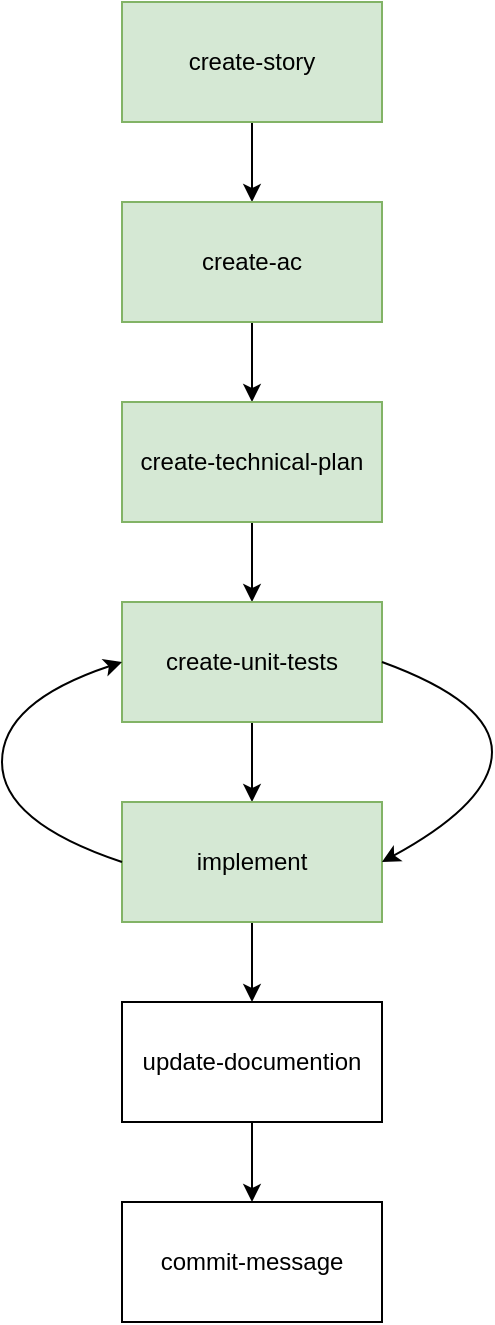
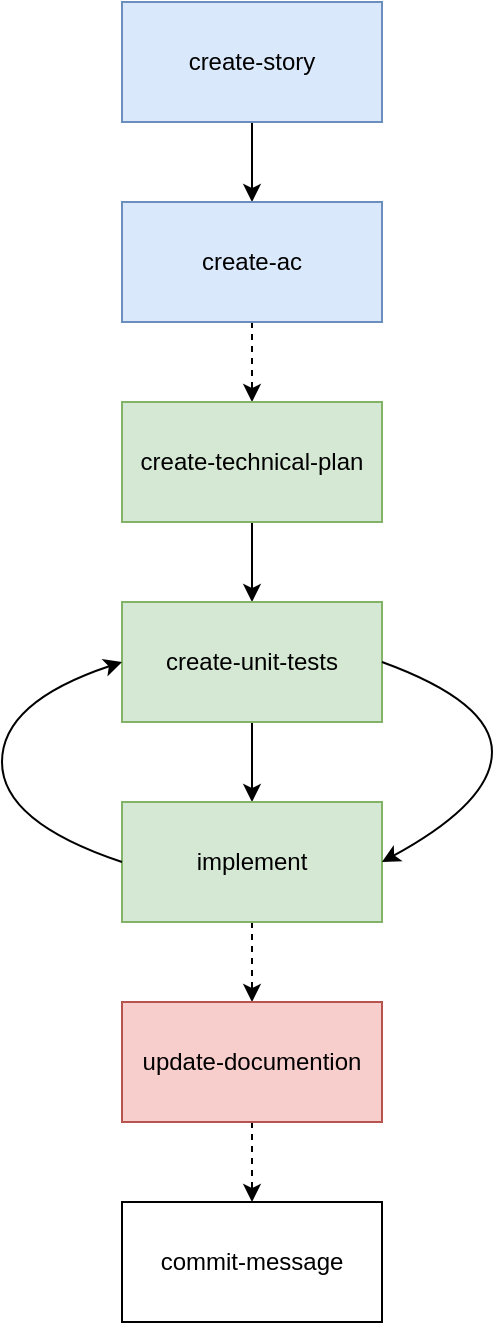
<mxfile host="65bd71144e">
    <diagram id="PQEypnXB2uoYxkG6yrzB" name="Page-1">
-         <mxGraphModel dx="198" dy="822" grid="1" gridSize="10" guides="1" tooltips="1" connect="1" arrows="1" fold="1" page="1" pageScale="1" pageWidth="850" pageHeight="1100" math="0" shadow="0">
+         <mxGraphModel dx="447" dy="822" grid="1" gridSize="10" guides="1" tooltips="1" connect="1" arrows="1" fold="1" page="1" pageScale="1" pageWidth="850" pageHeight="1100" math="0" shadow="0">
            <root>
                <mxCell id="0"/>
                <mxCell id="1" parent="0"/>
                <mxCell id="4" style="edgeStyle=none;html=1;entryX=0.5;entryY=0;entryDx=0;entryDy=0;" parent="1" source="2" target="3" edge="1">
                    <mxGeometry relative="1" as="geometry"/>
                </mxCell>
-                 <mxCell id="2" value="create-story" style="rounded=0;whiteSpace=wrap;html=1;fillColor=#d5e8d4;strokeColor=#82b366;" parent="1" vertex="1">
+                 <mxCell id="2" value="create-story" style="rounded=0;whiteSpace=wrap;html=1;fillColor=#dae8fc;strokeColor=#6c8ebf;" parent="1" vertex="1">
                    <mxGeometry x="200" y="280" width="130" height="60" as="geometry"/>
                </mxCell>
-                 <mxCell id="6" style="edgeStyle=none;html=1;entryX=0.5;entryY=0;entryDx=0;entryDy=0;" parent="1" source="3" target="5" edge="1">
+                 <mxCell id="21" style="edgeStyle=none;html=1;entryX=0.5;entryY=0;entryDx=0;entryDy=0;dashed=1;" edge="1" parent="1" source="3" target="5">
                    <mxGeometry relative="1" as="geometry"/>
                </mxCell>
-                 <mxCell id="3" value="create-ac" style="rounded=0;whiteSpace=wrap;html=1;fillColor=#d5e8d4;strokeColor=#82b366;" parent="1" vertex="1">
+                 <mxCell id="3" value="create-ac" style="rounded=0;whiteSpace=wrap;html=1;fillColor=#dae8fc;strokeColor=#6c8ebf;" parent="1" vertex="1">
                    <mxGeometry x="200" y="380" width="130" height="60" as="geometry"/>
                </mxCell>
                <mxCell id="9" style="edgeStyle=none;html=1;entryX=0.5;entryY=0;entryDx=0;entryDy=0;" parent="1" source="5" target="8" edge="1">
                    <mxGeometry relative="1" as="geometry"/>
                </mxCell>
                <mxCell id="5" value="create-technical-plan" style="rounded=0;whiteSpace=wrap;html=1;fillColor=#d5e8d4;strokeColor=#82b366;" parent="1" vertex="1">
                    <mxGeometry x="200" y="480" width="130" height="60" as="geometry"/>
                </mxCell>
                <mxCell id="11" style="edgeStyle=none;html=1;entryX=0.5;entryY=0;entryDx=0;entryDy=0;" parent="1" source="8" target="10" edge="1">
                    <mxGeometry relative="1" as="geometry"/>
                </mxCell>
                <mxCell id="8" value="create-unit-tests" style="rounded=0;whiteSpace=wrap;html=1;fillColor=#d5e8d4;strokeColor=#82b366;" parent="1" vertex="1">
                    <mxGeometry x="200" y="580" width="130" height="60" as="geometry"/>
                </mxCell>
-                 <mxCell id="13" style="edgeStyle=none;html=1;entryX=0.5;entryY=0;entryDx=0;entryDy=0;" parent="1" source="10" target="12" edge="1">
+                 <mxCell id="13" style="edgeStyle=none;html=1;entryX=0.5;entryY=0;entryDx=0;entryDy=0;dashed=1;" parent="1" source="10" target="12" edge="1">
                    <mxGeometry relative="1" as="geometry"/>
                </mxCell>
                <mxCell id="10" value="implement" style="rounded=0;whiteSpace=wrap;html=1;fillColor=#d5e8d4;strokeColor=#82b366;" parent="1" vertex="1">
                    <mxGeometry x="200" y="680" width="130" height="60" as="geometry"/>
                </mxCell>
-                 <mxCell id="20" style="edgeStyle=none;html=1;entryX=0.5;entryY=0;entryDx=0;entryDy=0;" parent="1" source="12" target="19" edge="1">
+                 <mxCell id="20" style="edgeStyle=none;html=1;entryX=0.5;entryY=0;entryDx=0;entryDy=0;dashed=1;" parent="1" source="12" target="19" edge="1">
                    <mxGeometry relative="1" as="geometry"/>
                </mxCell>
-                 <mxCell id="12" value="&lt;div&gt;update-&lt;span style=&quot;background-color: transparent;&quot;&gt;documention&lt;/span&gt;&lt;/div&gt;" style="rounded=0;whiteSpace=wrap;html=1;" parent="1" vertex="1">
+                 <mxCell id="12" value="&lt;div&gt;update-&lt;span style=&quot;background-color: transparent;&quot;&gt;documention&lt;/span&gt;&lt;/div&gt;" style="rounded=0;whiteSpace=wrap;html=1;fillColor=#f8cecc;strokeColor=#b85450;" parent="1" vertex="1">
                    <mxGeometry x="200" y="780" width="130" height="60" as="geometry"/>
                </mxCell>
                <mxCell id="16" value="" style="curved=1;endArrow=classic;html=1;exitX=0;exitY=0.5;exitDx=0;exitDy=0;" parent="1" source="10" edge="1">
                    <mxGeometry width="50" height="50" relative="1" as="geometry">
                        <mxPoint x="160" y="710" as="sourcePoint"/>
                        <mxPoint x="200" y="610" as="targetPoint"/>
                        <Array as="points">
                            <mxPoint x="140" y="690"/>
                            <mxPoint x="140" y="630"/>
                        </Array>
                    </mxGeometry>
                </mxCell>
                <mxCell id="18" value="" style="curved=1;endArrow=none;html=1;exitX=0;exitY=0.5;exitDx=0;exitDy=0;startArrow=classic;startFill=1;endFill=0;" parent="1" edge="1">
                    <mxGeometry width="50" height="50" relative="1" as="geometry">
                        <mxPoint x="330" y="710" as="sourcePoint"/>
                        <mxPoint x="330" y="610" as="targetPoint"/>
                        <Array as="points">
                            <mxPoint x="385" y="680"/>
                            <mxPoint x="385" y="630"/>
                        </Array>
                    </mxGeometry>
                </mxCell>
                <mxCell id="19" value="&lt;div&gt;commit-message&lt;/div&gt;" style="rounded=0;whiteSpace=wrap;html=1;" parent="1" vertex="1">
                    <mxGeometry x="200" y="880" width="130" height="60" as="geometry"/>
                </mxCell>
            </root>
        </mxGraphModel>
    </diagram>
</mxfile>